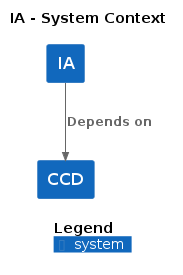
This is docs/c4/ia/images/structurizr-ia-context.png from hmcts/cnp-api-docs, a PlantUML export, as it was before one commit. The source it was exported from:
```plantuml
@startuml
title IA - System Context

top to bottom direction

!include https://raw.githubusercontent.com/plantuml-stdlib/C4-PlantUML/master/C4.puml
!include https://raw.githubusercontent.com/plantuml-stdlib/C4-PlantUML/master/C4_Context.puml

System(CCD, "CCD", "", $tags="")
System(IA, "IA", "", $tags="")

Rel_D(IA, CCD, "Depends on", $tags="")

SHOW_DYNAMIC_LEGEND()
@enduml
```
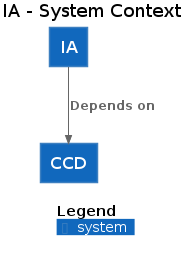
After the commit.

Change to the diagram source:
```diff
@@ -3,13 +3,13 @@
 
 top to bottom direction
 
-!include https://raw.githubusercontent.com/plantuml-stdlib/C4-PlantUML/master/C4.puml
-!include https://raw.githubusercontent.com/plantuml-stdlib/C4-PlantUML/master/C4_Context.puml
+!includeurl https://raw.githubusercontent.com/plantuml-stdlib/C4-PlantUML/master/C4.puml
+!includeurl https://raw.githubusercontent.com/plantuml-stdlib/C4-PlantUML/master/C4_Context.puml
 
-System(CCD, "CCD", "", $tags="")
-System(IA, "IA", "", $tags="")
+System(CCD, "CCD", "")
+System(IA, "IA", "")
 
-Rel_D(IA, CCD, "Depends on", $tags="")
+Rel_D(IA, CCD, "Depends on")
 
 SHOW_DYNAMIC_LEGEND()
 @enduml
```
